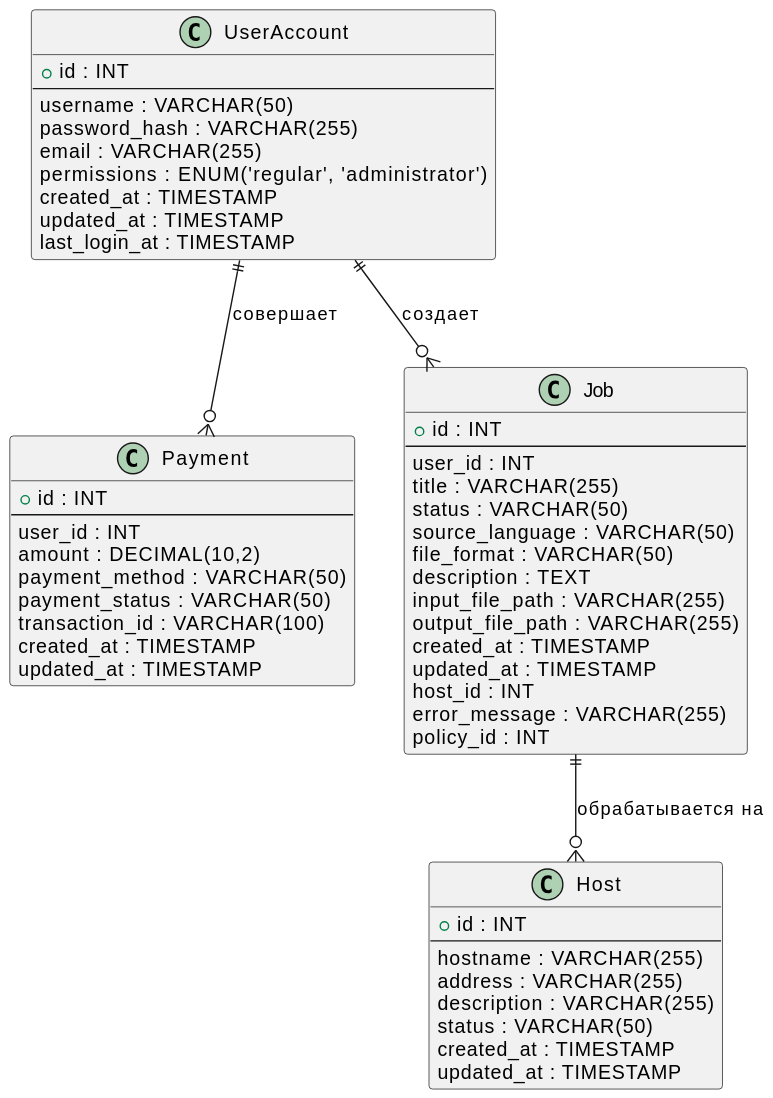
This is assets/pg.svg from moevm/nosql2h24-transcribtion, a PlantUML export, as it was before one commit.
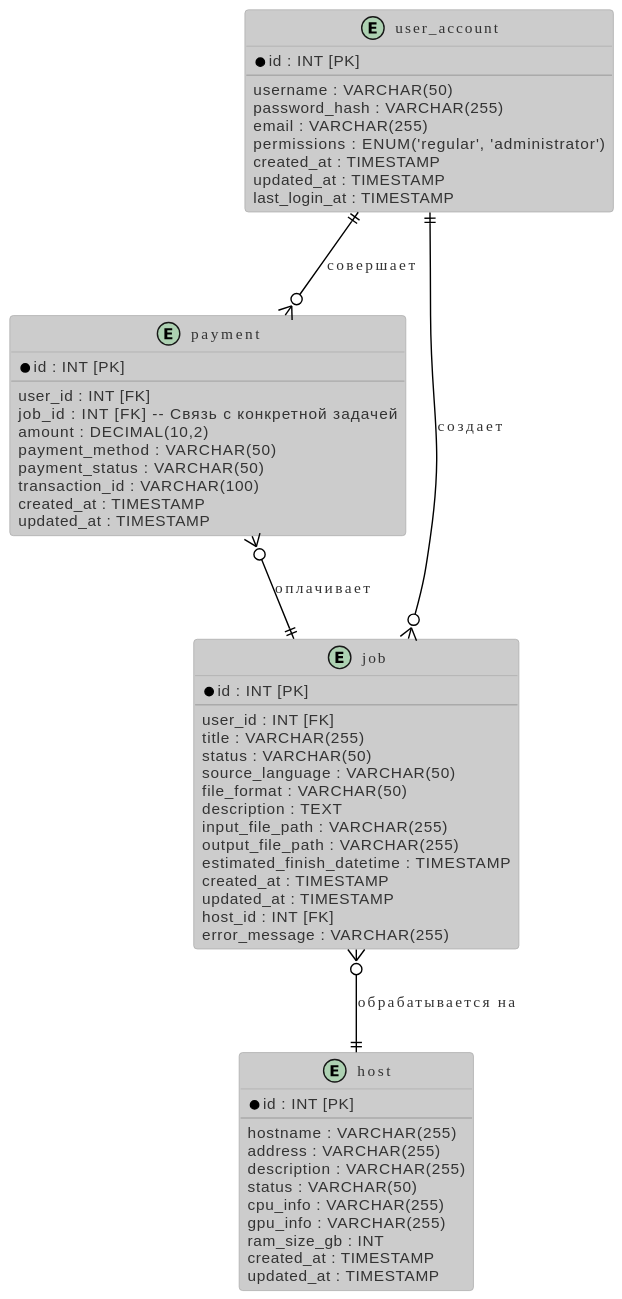
After the change.

Commit message:
переделал uml с связью job-payment

Diff of the diagram source:
```diff
@@ -1,7 +1,8 @@
 @startuml
+!theme reddress-lightblue
 
-class UserAccount {
-    + id : INT
+entity "user_account" as UserAccount {
+    * id : INT [PK]
     --
     username : VARCHAR(50)
     password_hash : VARCHAR(255)
@@ -12,10 +13,11 @@
     last_login_at : TIMESTAMP
 }
 
-class Payment {
-    + id : INT
+entity "payment" as Payment {
+    * id : INT [PK]
     --
-    user_id : INT
+    user_id : INT [FK]
+    job_id : INT [FK]  -- Связь с конкретной задачей
     amount : DECIMAL(10,2)
     payment_method : VARCHAR(50)
     payment_status : VARCHAR(50)
@@ -24,10 +26,10 @@
     updated_at : TIMESTAMP
 }
 
-class Job {
-    + id : INT
+entity "job" as Job {
+    * id : INT [PK]
     --
-    user_id : INT
+    user_id : INT [FK]
     title : VARCHAR(255)
     status : VARCHAR(50)
     source_language : VARCHAR(50)
@@ -35,31 +37,29 @@
     description : TEXT
     input_file_path : VARCHAR(255)
     output_file_path : VARCHAR(255)
+    estimated_finish_datetime : TIMESTAMP
     created_at : TIMESTAMP
     updated_at : TIMESTAMP
-    host_id : INT
+    host_id : INT [FK]
     error_message : VARCHAR(255)
-    policy_id : INT
 }
 
-
-class Host {
-    + id : INT
+entity "host" as Host {
+    * id : INT [PK]
     --
     hostname : VARCHAR(255)
     address : VARCHAR(255)
     description : VARCHAR(255)
     status : VARCHAR(50)
+    cpu_info : VARCHAR(255)
+    gpu_info : VARCHAR(255)
+    ram_size_gb : INT
     created_at : TIMESTAMP
     updated_at : TIMESTAMP
 }
 
-
-
 UserAccount ||--o{ Payment : "совершает"
-
 UserAccount ||--o{ Job : "создает"
-
-
-Job ||--o{ Host : "обрабатывается на"
+Payment }o--|| Job : "оплачивает"
+Job }o--|| Host : "обрабатывается на"
 @enduml
```
